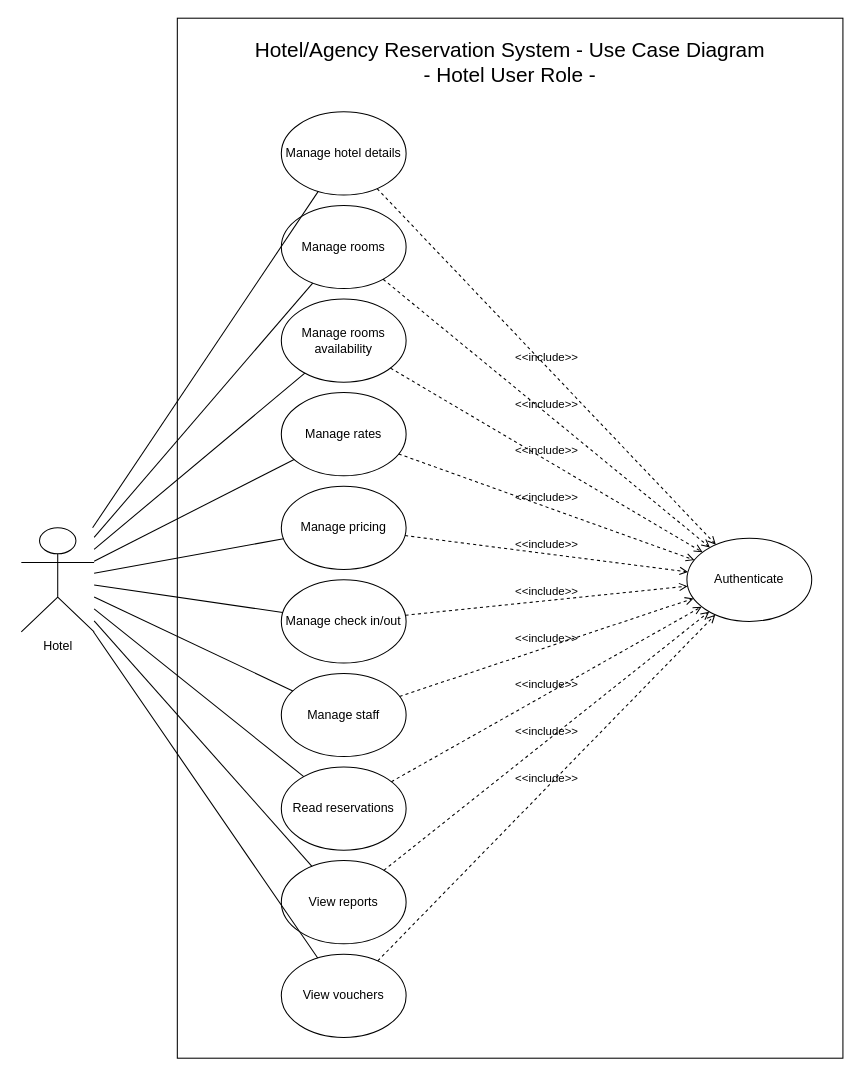
Earlier version of the draw.io diagram page "hotel" (2 of 4) of use_case_diagram.drawio (jawharhmidi02/resrvy_diagrams). Source tidied: cells renumbered, new cells numbered last; positions are measured from the earlier drawing's top-left corner, leaving out a move shared by most shapes. Both pictures are drawn from the tidied source at 104%, with x=0, y=0 at pixel (21, 18).
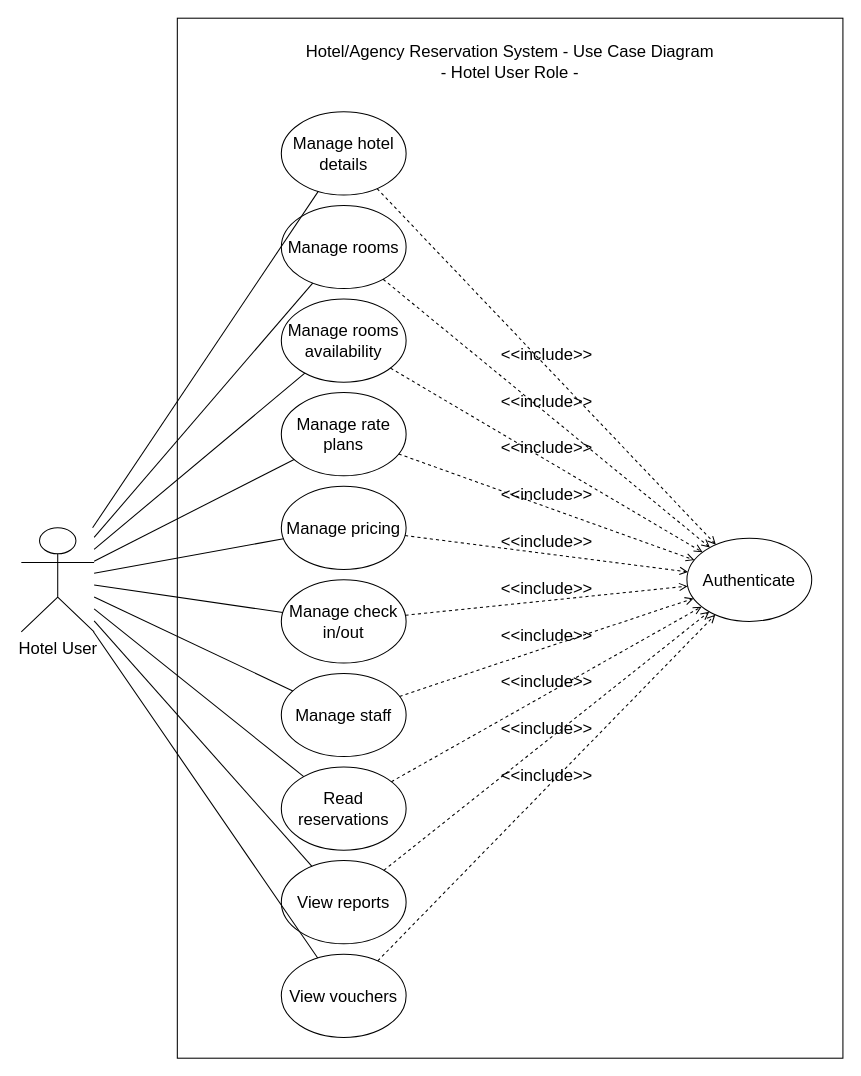
The same diagram, later.

The edit, as a diff of the source:
```diff
@@
-    <mxCell id="2" style="rounded=0;whiteSpace=wrap;html=1;" parent="1" vertex="1">
+    <mxCell id="2" style="rounded=0;whiteSpace=wrap;html=1;fontSize=16;" parent="1" vertex="1">
       <mxGeometry x="150" width="640" height="1000" as="geometry" />
     </mxCell>
-    <mxCell id="3" value="Manage hotel details" style="ellipse;whiteSpace=wrap;html=1;" parent="1" vertex="1">
+    <mxCell id="3" value="Manage hotel details" style="ellipse;whiteSpace=wrap;html=1;fontSize=16;" parent="1" vertex="1">
       <mxGeometry x="250" y="90" width="120" height="80" as="geometry" />
     </mxCell>
-    <mxCell id="4" value="&lt;div&gt;Manage rooms&lt;/div&gt;" style="ellipse;whiteSpace=wrap;html=1;" parent="1" vertex="1">
+    <mxCell id="4" value="&lt;div&gt;Manage rooms&lt;/div&gt;" style="ellipse;whiteSpace=wrap;html=1;fontSize=16;" parent="1" vertex="1">
       <mxGeometry x="250" y="180" width="120" height="80" as="geometry" />
     </mxCell>
-    <mxCell id="5" value="Manage rooms availability" style="ellipse;whiteSpace=wrap;html=1;" parent="1" vertex="1">
+    <mxCell id="5" value="Manage rooms availability" style="ellipse;whiteSpace=wrap;html=1;fontSize=16;" parent="1" vertex="1">
       <mxGeometry x="250" y="270" width="120" height="80" as="geometry" />
     </mxCell>
-    <mxCell id="6" value="Manage pricing" style="ellipse;whiteSpace=wrap;html=1;" parent="1" vertex="1">
+    <mxCell id="6" value="Manage pricing" style="ellipse;whiteSpace=wrap;html=1;fontSize=16;" parent="1" vertex="1">
       <mxGeometry x="250" y="450" width="120" height="80" as="geometry" />
     </mxCell>
-    <mxCell id="7" value="Manage check in/out" style="ellipse;whiteSpace=wrap;html=1;" parent="1" vertex="1">
+    <mxCell id="7" value="Manage check in/out" style="ellipse;whiteSpace=wrap;html=1;fontSize=16;" parent="1" vertex="1">
       <mxGeometry x="250" y="540" width="120" height="80" as="geometry" />
     </mxCell>
-    <mxCell id="8" value="&lt;div&gt;Manage staff&lt;/div&gt;" style="ellipse;whiteSpace=wrap;html=1;" parent="1" vertex="1">
+    <mxCell id="8" value="&lt;div&gt;Manage staff&lt;/div&gt;" style="ellipse;whiteSpace=wrap;html=1;fontSize=16;" parent="1" vertex="1">
       <mxGeometry x="250" y="630" width="120" height="80" as="geometry" />
     </mxCell>
-    <mxCell id="9" value="&lt;div&gt;View reports&lt;/div&gt;" style="ellipse;whiteSpace=wrap;html=1;" parent="1" vertex="1">
+    <mxCell id="9" value="&lt;div&gt;View reports&lt;/div&gt;" style="ellipse;whiteSpace=wrap;html=1;fontSize=16;" parent="1" vertex="1">
       <mxGeometry x="250" y="810" width="120" height="80" as="geometry" />
     </mxCell>
-    <mxCell id="10" value="&lt;div&gt;Hotel&lt;/div&gt;" style="shape=umlActor;verticalLabelPosition=bottom;verticalAlign=top;html=1;outlineConnect=0;" parent="1" vertex="1">
+    <mxCell id="10" value="&lt;div&gt;Hotel User&lt;/div&gt;" style="shape=umlActor;verticalLabelPosition=bottom;verticalAlign=top;html=1;outlineConnect=0;fontSize=16;" parent="1" vertex="1">
       <mxGeometry y="490" width="70" height="100" as="geometry" />
     </mxCell>
-    <mxCell id="11" style="endArrow=none;html=1;rounded=0;" parent="1" edge="1" source="10" target="3">
+    <mxCell id="11" style="endArrow=none;html=1;rounded=0;fontSize=16;" parent="1" edge="1" source="10" target="3">
       <mxGeometry relative="1" as="geometry" />
     </mxCell>
-    <mxCell id="12" style="endArrow=none;html=1;rounded=0;" parent="1" edge="1" source="10" target="4">
+    <mxCell id="12" style="endArrow=none;html=1;rounded=0;fontSize=16;" parent="1" edge="1" source="10" target="4">
       <mxGeometry relative="1" as="geometry" />
     </mxCell>
-    <mxCell id="13" style="endArrow=none;html=1;rounded=0;" parent="1" edge="1" source="10" target="5">
+    <mxCell id="13" style="endArrow=none;html=1;rounded=0;fontSize=16;" parent="1" edge="1" source="10" target="5">
       <mxGeometry relative="1" as="geometry" />
     </mxCell>
-    <mxCell id="14" style="endArrow=none;html=1;rounded=0;" parent="1" edge="1" source="10" target="6">
+    <mxCell id="14" style="endArrow=none;html=1;rounded=0;fontSize=16;" parent="1" edge="1" source="10" target="6">
       <mxGeometry relative="1" as="geometry" />
     </mxCell>
-    <mxCell id="15" style="endArrow=none;html=1;rounded=0;" parent="1" edge="1" source="10" target="7">
+    <mxCell id="15" style="endArrow=none;html=1;rounded=0;fontSize=16;" parent="1" edge="1" source="10" target="7">
       <mxGeometry relative="1" as="geometry" />
     </mxCell>
-    <mxCell id="16" style="endArrow=none;html=1;rounded=0;" parent="1" edge="1" source="10" target="8">
+    <mxCell id="16" style="endArrow=none;html=1;rounded=0;fontSize=16;" parent="1" edge="1" source="10" target="8">
       <mxGeometry relative="1" as="geometry" />
     </mxCell>
-    <mxCell id="17" style="endArrow=none;html=1;rounded=0;" parent="1" edge="1" source="10" target="9">
+    <mxCell id="17" style="endArrow=none;html=1;rounded=0;fontSize=16;" parent="1" edge="1" source="10" target="9">
       <mxGeometry relative="1" as="geometry" />
     </mxCell>
-    <mxCell id="18" value="Manage  rates" style="ellipse;whiteSpace=wrap;html=1;" parent="1" vertex="1">
+    <mxCell id="18" value="Manage  rate plans" style="ellipse;whiteSpace=wrap;html=1;fontSize=16;" parent="1" vertex="1">
       <mxGeometry x="250" y="360" width="120" height="80" as="geometry" />
     </mxCell>
-    <mxCell id="19" style="endArrow=none;html=1;rounded=0;" parent="1" edge="1" source="10" target="18">
+    <mxCell id="19" style="endArrow=none;html=1;rounded=0;fontSize=16;" parent="1" edge="1" source="10" target="18">
       <mxGeometry relative="1" as="geometry" />
     </mxCell>
-    <mxCell id="20" value="View vouchers" style="ellipse;whiteSpace=wrap;html=1;" parent="1" vertex="1">
+    <mxCell id="20" value="View vouchers" style="ellipse;whiteSpace=wrap;html=1;fontSize=16;" parent="1" vertex="1">
       <mxGeometry x="250" y="900" width="120" height="80" as="geometry" />
     </mxCell>
-    <mxCell id="21" style="endArrow=none;html=1;rounded=0;" parent="1" edge="1" source="10" target="20">
+    <mxCell id="21" style="endArrow=none;html=1;rounded=0;fontSize=16;" parent="1" edge="1" source="10" target="20">
       <mxGeometry relative="1" as="geometry" />
     </mxCell>
-    <mxCell id="22" value="&lt;div&gt;&lt;font style=&quot;font-size: 20px;&quot;&gt;Hotel/Agency Reservation System - Use Case Diagram&lt;/font&gt;&lt;/div&gt;&lt;div&gt;&lt;font style=&quot;font-size: 20px;&quot;&gt;- Hotel User Role -&lt;/font&gt;&lt;/div&gt;" style="text;html=1;align=center;verticalAlign=middle;whiteSpace=wrap;rounded=0;" parent="1" vertex="1">
+    <mxCell id="22" value="&lt;div&gt;&lt;font&gt;Hotel/Agency Reservation System - Use Case Diagram&lt;/font&gt;&lt;/div&gt;&lt;div&gt;&lt;font&gt;- Hotel User Role -&lt;/font&gt;&lt;/div&gt;" style="text;html=1;align=center;verticalAlign=middle;whiteSpace=wrap;rounded=0;fontSize=16;" parent="1" vertex="1">
       <mxGeometry x="150" y="10" width="640" height="63" as="geometry" />
     </mxCell>
-    <mxCell id="23" value="Authenticate" style="ellipse;whiteSpace=wrap;html=1;" parent="1" vertex="1">
+    <mxCell id="23" value="Authenticate" style="ellipse;whiteSpace=wrap;html=1;fontSize=16;" parent="1" vertex="1">
       <mxGeometry x="640" y="500" width="120" height="80" as="geometry" />
     </mxCell>
-    <mxCell id="24" value="&amp;lt;&amp;lt;include&amp;gt;&amp;gt;" style="html=1;verticalAlign=bottom;labelBackgroundColor=none;endArrow=open;endFill=0;dashed=1;rounded=0;" parent="1" edge="1" source="3" target="23">
+    <mxCell id="24" value="&amp;lt;&amp;lt;include&amp;gt;&amp;gt;" style="html=1;verticalAlign=bottom;labelBackgroundColor=none;endArrow=open;endFill=0;dashed=1;rounded=0;fontSize=16;" parent="1" edge="1" source="3" target="23">
       <mxGeometry relative="1" as="geometry" />
     </mxCell>
-    <mxCell id="25" value="&amp;lt;&amp;lt;include&amp;gt;&amp;gt;" style="html=1;verticalAlign=bottom;labelBackgroundColor=none;endArrow=open;endFill=0;dashed=1;rounded=0;" parent="1" edge="1" source="4" target="23">
+    <mxCell id="25" value="&amp;lt;&amp;lt;include&amp;gt;&amp;gt;" style="html=1;verticalAlign=bottom;labelBackgroundColor=none;endArrow=open;endFill=0;dashed=1;rounded=0;fontSize=16;" parent="1" edge="1" source="4" target="23">
       <mxGeometry relative="1" as="geometry" />
     </mxCell>
-    <mxCell id="26" value="&amp;lt;&amp;lt;include&amp;gt;&amp;gt;" style="html=1;verticalAlign=bottom;labelBackgroundColor=none;endArrow=open;endFill=0;dashed=1;rounded=0;" parent="1" edge="1" source="5" target="23">
+    <mxCell id="26" value="&amp;lt;&amp;lt;include&amp;gt;&amp;gt;" style="html=1;verticalAlign=bottom;labelBackgroundColor=none;endArrow=open;endFill=0;dashed=1;rounded=0;fontSize=16;" parent="1" edge="1" source="5" target="23">
       <mxGeometry relative="1" as="geometry" />
     </mxCell>
-    <mxCell id="27" value="&amp;lt;&amp;lt;include&amp;gt;&amp;gt;" style="html=1;verticalAlign=bottom;labelBackgroundColor=none;endArrow=open;endFill=0;dashed=1;rounded=0;" parent="1" edge="1" source="18" target="23">
+    <mxCell id="27" value="&amp;lt;&amp;lt;include&amp;gt;&amp;gt;" style="html=1;verticalAlign=bottom;labelBackgroundColor=none;endArrow=open;endFill=0;dashed=1;rounded=0;fontSize=16;" parent="1" edge="1" source="18" target="23">
       <mxGeometry relative="1" as="geometry" />
     </mxCell>
-    <mxCell id="28" value="&amp;lt;&amp;lt;include&amp;gt;&amp;gt;" style="html=1;verticalAlign=bottom;labelBackgroundColor=none;endArrow=open;endFill=0;dashed=1;rounded=0;" parent="1" edge="1" source="6" target="23">
+    <mxCell id="28" value="&amp;lt;&amp;lt;include&amp;gt;&amp;gt;" style="html=1;verticalAlign=bottom;labelBackgroundColor=none;endArrow=open;endFill=0;dashed=1;rounded=0;fontSize=16;" parent="1" edge="1" source="6" target="23">
       <mxGeometry relative="1" as="geometry" />
     </mxCell>
-    <mxCell id="29" value="&amp;lt;&amp;lt;include&amp;gt;&amp;gt;" style="html=1;verticalAlign=bottom;labelBackgroundColor=none;endArrow=open;endFill=0;dashed=1;rounded=0;" parent="1" edge="1" source="7" target="23">
+    <mxCell id="29" value="&amp;lt;&amp;lt;include&amp;gt;&amp;gt;" style="html=1;verticalAlign=bottom;labelBackgroundColor=none;endArrow=open;endFill=0;dashed=1;rounded=0;fontSize=16;" parent="1" edge="1" source="7" target="23">
       <mxGeometry relative="1" as="geometry" />
     </mxCell>
-    <mxCell id="30" value="&amp;lt;&amp;lt;include&amp;gt;&amp;gt;" style="html=1;verticalAlign=bottom;labelBackgroundColor=none;endArrow=open;endFill=0;dashed=1;rounded=0;" parent="1" edge="1" source="8" target="23">
+    <mxCell id="30" value="&amp;lt;&amp;lt;include&amp;gt;&amp;gt;" style="html=1;verticalAlign=bottom;labelBackgroundColor=none;endArrow=open;endFill=0;dashed=1;rounded=0;fontSize=16;" parent="1" edge="1" source="8" target="23">
       <mxGeometry relative="1" as="geometry" />
     </mxCell>
-    <mxCell id="31" value="&amp;lt;&amp;lt;include&amp;gt;&amp;gt;" style="html=1;verticalAlign=bottom;labelBackgroundColor=none;endArrow=open;endFill=0;dashed=1;rounded=0;" parent="1" edge="1" source="9" target="23">
+    <mxCell id="31" value="&amp;lt;&amp;lt;include&amp;gt;&amp;gt;" style="html=1;verticalAlign=bottom;labelBackgroundColor=none;endArrow=open;endFill=0;dashed=1;rounded=0;fontSize=16;" parent="1" edge="1" source="9" target="23">
       <mxGeometry relative="1" as="geometry" />
     </mxCell>
-    <mxCell id="32" value="&amp;lt;&amp;lt;include&amp;gt;&amp;gt;" style="html=1;verticalAlign=bottom;labelBackgroundColor=none;endArrow=open;endFill=0;dashed=1;rounded=0;" parent="1" edge="1" source="20" target="23">
+    <mxCell id="32" value="&amp;lt;&amp;lt;include&amp;gt;&amp;gt;" style="html=1;verticalAlign=bottom;labelBackgroundColor=none;endArrow=open;endFill=0;dashed=1;rounded=0;fontSize=16;" parent="1" edge="1" source="20" target="23">
       <mxGeometry relative="1" as="geometry" />
     </mxCell>
-    <mxCell id="33" value="Read reservations" style="ellipse;whiteSpace=wrap;html=1;" parent="1" vertex="1">
+    <mxCell id="33" value="Read reservations" style="ellipse;whiteSpace=wrap;html=1;fontSize=16;" parent="1" vertex="1">
       <mxGeometry x="250" y="720" width="120" height="80" as="geometry" />
     </mxCell>
-    <mxCell id="34" value="&amp;lt;&amp;lt;include&amp;gt;&amp;gt;" style="html=1;verticalAlign=bottom;labelBackgroundColor=none;endArrow=open;endFill=0;dashed=1;rounded=0;" parent="1" edge="1" source="33" target="23">
+    <mxCell id="34" value="&amp;lt;&amp;lt;include&amp;gt;&amp;gt;" style="html=1;verticalAlign=bottom;labelBackgroundColor=none;endArrow=open;endFill=0;dashed=1;rounded=0;fontSize=16;" parent="1" edge="1" source="33" target="23">
       <mxGeometry relative="1" as="geometry" />
     </mxCell>
-    <mxCell id="35" style="endArrow=none;html=1;rounded=0;" parent="1" edge="1" source="10" target="33">
+    <mxCell id="35" style="endArrow=none;html=1;rounded=0;fontSize=16;" parent="1" edge="1" source="10" target="33">
       <mxGeometry relative="1" as="geometry" />
     </mxCell>
```
